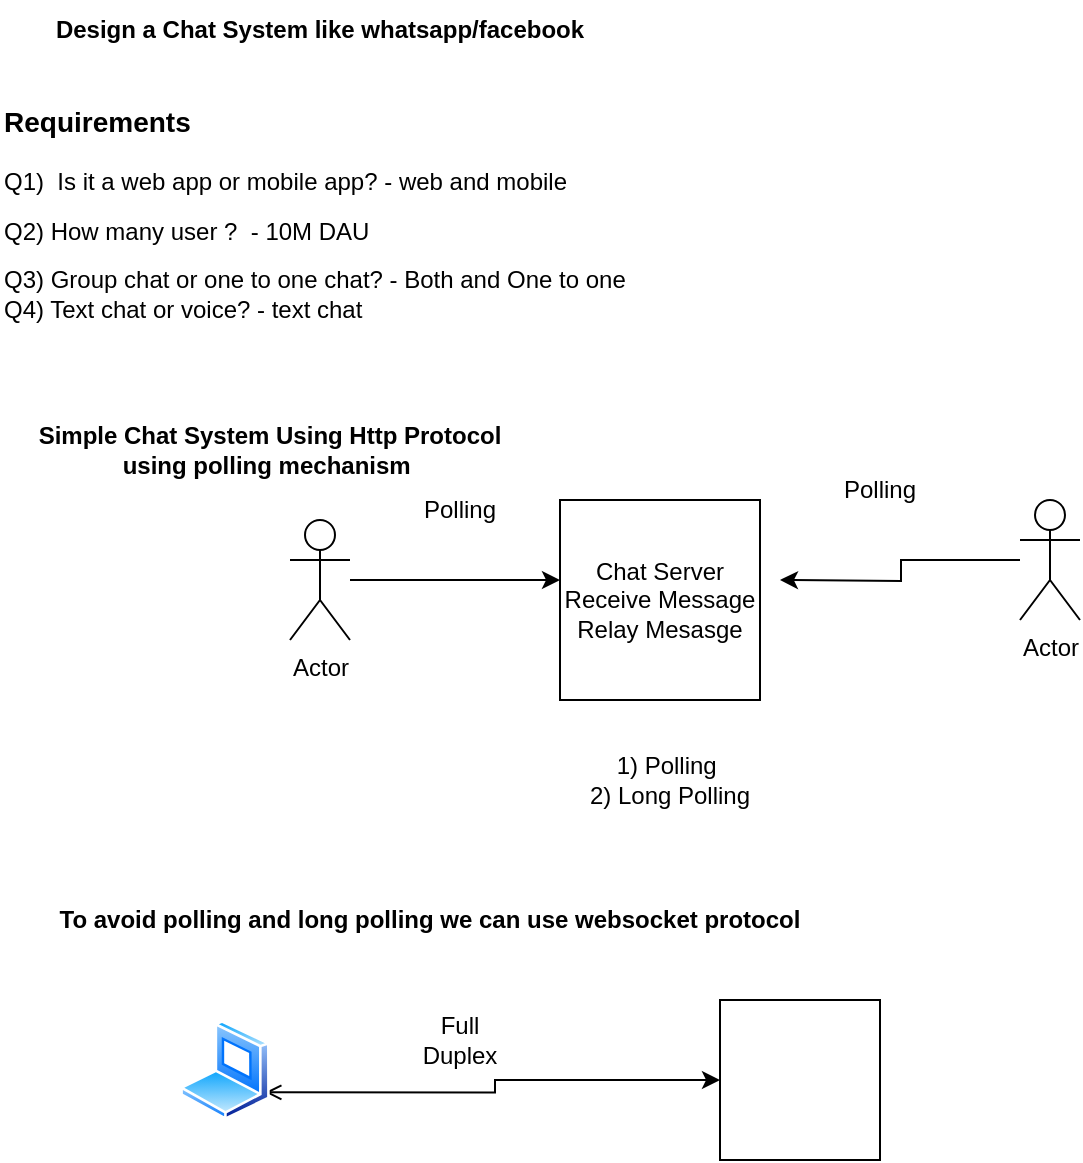
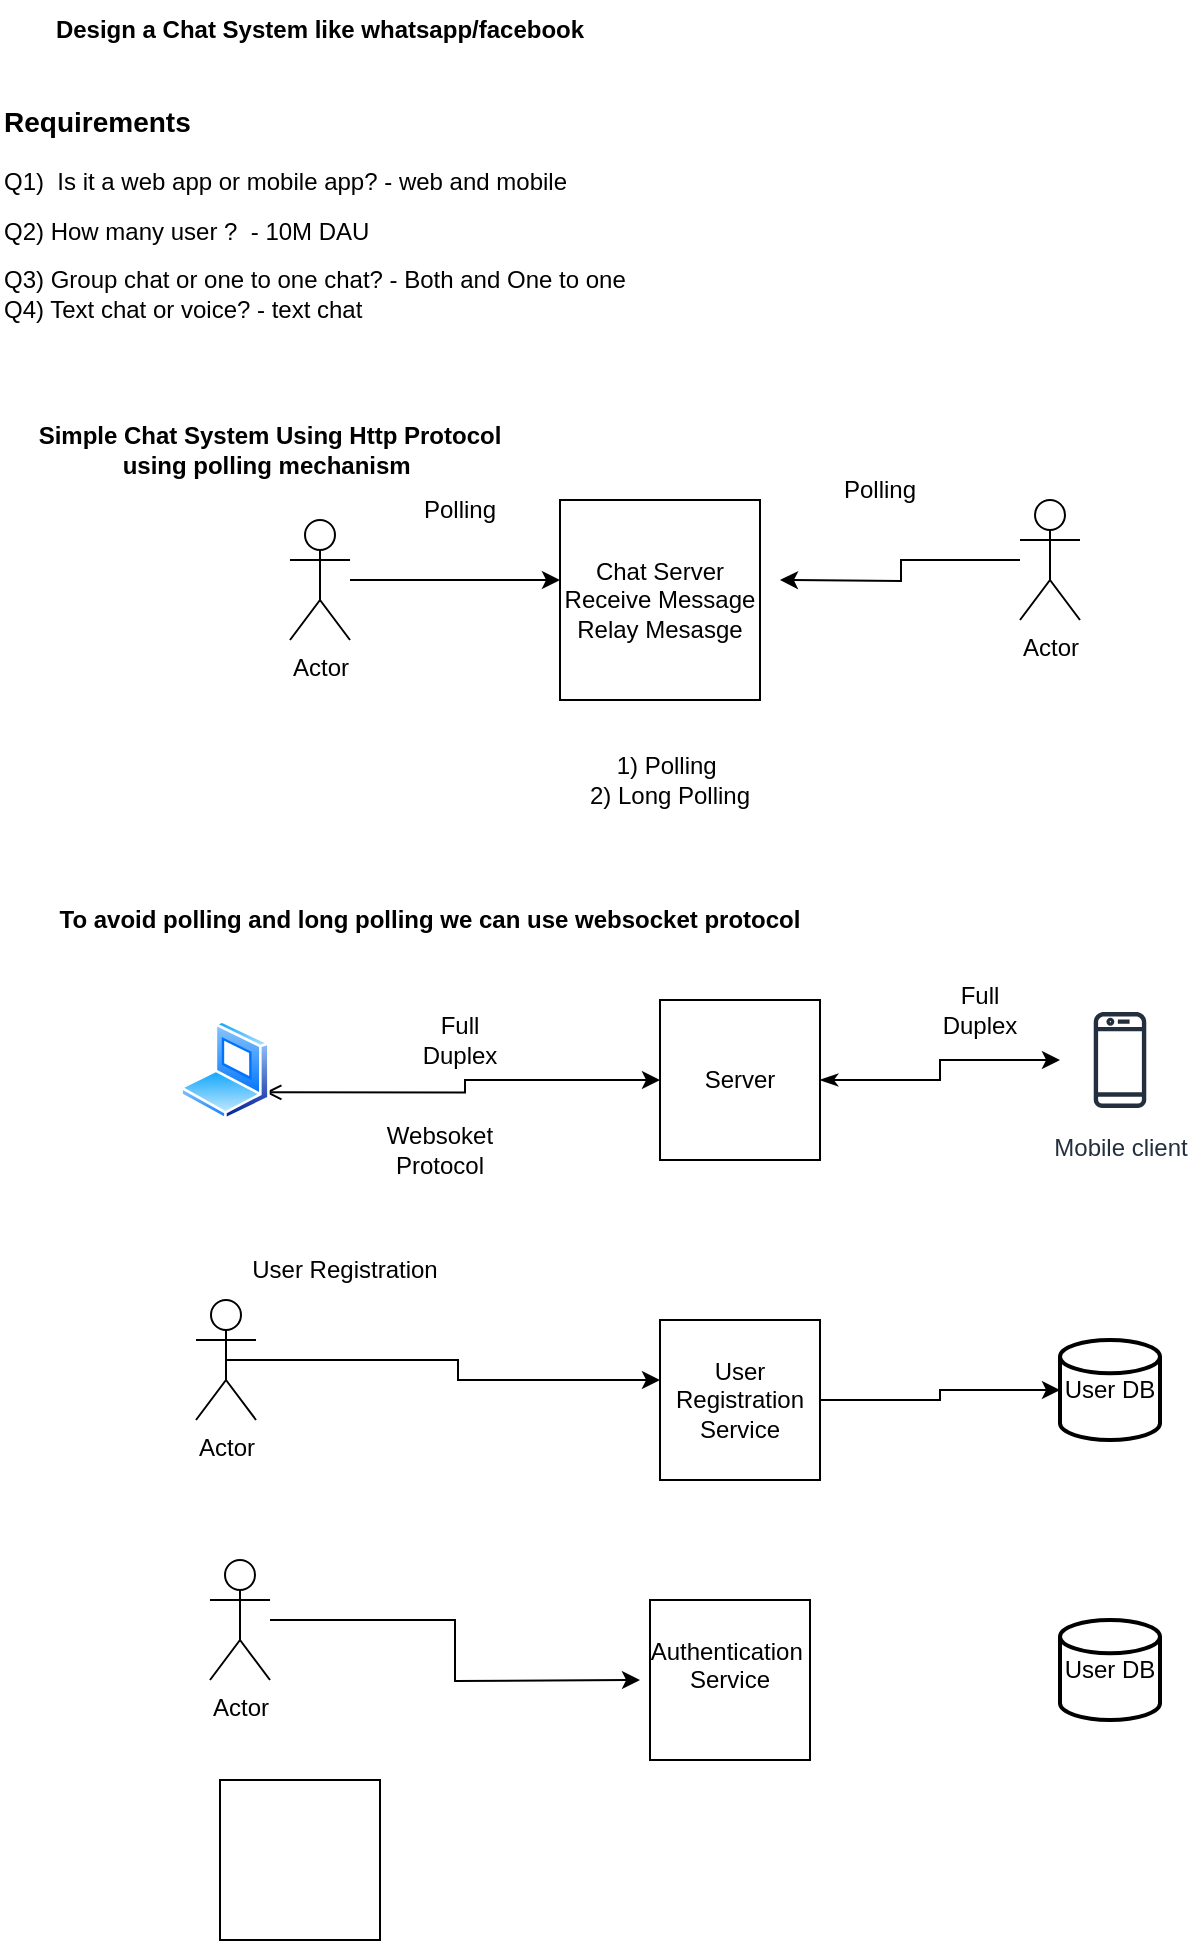
<mxfile host="app.diagrams.net">
  <diagram name="Page-1" id="3ATuJxxzuiHgp-YWyr6O">
    <mxGraphModel dx="1030" dy="569" grid="1" gridSize="10" guides="1" tooltips="1" connect="1" arrows="1" fold="1" page="1" pageScale="1" pageWidth="850" pageHeight="1100" math="0" shadow="0">
      <root>
        <mxCell id="0" />
        <mxCell id="1" parent="0" />
        <mxCell id="vDnc6QM3t7NdxVrkiEKP-1" parent="1" style="text;html=1;whiteSpace=wrap;overflow=hidden;rounded=0;fontSize=10;" value="&lt;h1 style=&quot;margin-top: 0px;&quot;&gt;&lt;font style=&quot;font-size: 14px;&quot;&gt;Requirements&lt;/font&gt;&lt;/h1&gt;&lt;p&gt;&lt;font style=&quot;font-size: 12px;&quot;&gt;Q1)&amp;nbsp; Is it a web app or mobile app?&amp;nbsp;&lt;/font&gt;&lt;span style=&quot;font-size: 12px; background-color: transparent; color: light-dark(rgb(0, 0, 0), rgb(255, 255, 255));&quot;&gt;- web and mobile&lt;/span&gt;&lt;/p&gt;&lt;p&gt;&lt;font style=&quot;font-size: 12px;&quot;&gt;Q2) How many user ?&amp;nbsp; - 10M DAU&lt;/font&gt;&lt;/p&gt;&lt;p&gt;&lt;font style=&quot;font-size: 12px;&quot;&gt;Q3) Group chat or one to one chat? - Both and One to one&lt;br&gt;Q4) Text chat or voice? - text chat&lt;/font&gt;&lt;/p&gt;" vertex="1">
          <mxGeometry height="140" width="380" x="60" y="70" as="geometry" />
        </mxCell>
        <mxCell id="vDnc6QM3t7NdxVrkiEKP-2" parent="1" style="text;html=1;whiteSpace=wrap;strokeColor=none;fillColor=none;align=center;verticalAlign=middle;rounded=0;fontStyle=1" value="Design a Chat System like whatsapp/facebook" vertex="1">
          <mxGeometry height="30" width="300" x="70" y="30" as="geometry" />
        </mxCell>
        <mxCell id="vDnc6QM3t7NdxVrkiEKP-3" parent="1" style="whiteSpace=wrap;html=1;aspect=fixed;" value="Chat Server&lt;br&gt;Receive Message&lt;br&gt;Relay Mesasge" vertex="1">
          <mxGeometry height="100" width="100" x="340" y="280" as="geometry" />
        </mxCell>
        <mxCell id="vDnc6QM3t7NdxVrkiEKP-5" edge="1" parent="1" source="vDnc6QM3t7NdxVrkiEKP-4" style="edgeStyle=orthogonalEdgeStyle;rounded=0;orthogonalLoop=1;jettySize=auto;html=1;">
          <mxGeometry relative="1" as="geometry">
            <mxPoint x="340" y="320" as="targetPoint" />
          </mxGeometry>
        </mxCell>
        <mxCell id="vDnc6QM3t7NdxVrkiEKP-4" parent="1" style="shape=umlActor;verticalLabelPosition=bottom;verticalAlign=top;html=1;outlineConnect=0;" value="Actor" vertex="1">
          <mxGeometry height="60" width="30" x="205" y="290" as="geometry" />
        </mxCell>
        <mxCell id="vDnc6QM3t7NdxVrkiEKP-7" edge="1" parent="1" source="vDnc6QM3t7NdxVrkiEKP-6" style="edgeStyle=orthogonalEdgeStyle;rounded=0;orthogonalLoop=1;jettySize=auto;html=1;">
          <mxGeometry relative="1" as="geometry">
            <mxPoint x="450" y="320" as="targetPoint" />
          </mxGeometry>
        </mxCell>
        <mxCell id="vDnc6QM3t7NdxVrkiEKP-6" parent="1" style="shape=umlActor;verticalLabelPosition=bottom;verticalAlign=top;html=1;outlineConnect=0;" value="Actor" vertex="1">
          <mxGeometry height="60" width="30" x="570" y="280" as="geometry" />
        </mxCell>
        <mxCell id="HQH3foOj0PnZHyx9Auc--1" parent="1" style="text;html=1;whiteSpace=wrap;strokeColor=none;fillColor=none;align=center;verticalAlign=middle;rounded=0;" value="Polling" vertex="1">
          <mxGeometry height="30" width="60" x="470" y="260" as="geometry" />
        </mxCell>
        <mxCell id="HQH3foOj0PnZHyx9Auc--2" parent="1" style="text;html=1;whiteSpace=wrap;strokeColor=none;fillColor=none;align=center;verticalAlign=middle;rounded=0;" value="Polling" vertex="1">
          <mxGeometry height="30" width="60" x="260" y="270" as="geometry" />
        </mxCell>
        <mxCell id="HQH3foOj0PnZHyx9Auc--3" parent="1" style="text;html=1;whiteSpace=wrap;strokeColor=none;fillColor=none;align=center;verticalAlign=middle;rounded=0;" value="1) Polling&amp;nbsp;&lt;br&gt;2) Long Polling" vertex="1">
          <mxGeometry height="40" width="110" x="340" y="400" as="geometry" />
        </mxCell>
        <mxCell id="HQH3foOj0PnZHyx9Auc--4" parent="1" style="text;html=1;whiteSpace=wrap;strokeColor=none;fillColor=none;align=center;verticalAlign=middle;rounded=0;fontStyle=1" value="Simple Chat System Using Http Protocol using polling mechanism&amp;nbsp;" vertex="1">
          <mxGeometry height="30" width="250" x="70" y="240" as="geometry" />
        </mxCell>
        <mxCell id="HQH3foOj0PnZHyx9Auc--5" parent="1" style="text;html=1;whiteSpace=wrap;strokeColor=none;fillColor=none;align=center;verticalAlign=middle;rounded=0;fontStyle=1" value="To avoid polling and long polling we can use websocket protocol" vertex="1">
          <mxGeometry height="20" width="390" x="80" y="480" as="geometry" />
        </mxCell>
        <mxCell id="HQH3foOj0PnZHyx9Auc--8" edge="1" parent="1" source="HQH3foOj0PnZHyx9Auc--6" style="edgeStyle=orthogonalEdgeStyle;rounded=0;orthogonalLoop=1;jettySize=auto;html=1;exitX=1;exitY=0.75;exitDx=0;exitDy=0;startArrow=open;startFill=0;" target="HQH3foOj0PnZHyx9Auc--7">
          <mxGeometry relative="1" as="geometry" />
        </mxCell>
        <mxCell id="HQH3foOj0PnZHyx9Auc--6" parent="1" style="image;aspect=fixed;perimeter=ellipsePerimeter;html=1;align=center;shadow=0;dashed=0;spacingTop=3;image=img/lib/active_directory/laptop_client.svg;" value="" vertex="1">
          <mxGeometry height="50" width="45" x="150" y="540" as="geometry" />
        </mxCell>
-         <mxCell id="HQH3foOj0PnZHyx9Auc--7" parent="1" style="whiteSpace=wrap;html=1;aspect=fixed;" value="" vertex="1">
-           <mxGeometry height="80" width="80" x="420" y="530" as="geometry" />
+         <mxCell id="HQH3foOj0PnZHyx9Auc--11" edge="1" parent="1" source="HQH3foOj0PnZHyx9Auc--7" style="edgeStyle=orthogonalEdgeStyle;rounded=0;orthogonalLoop=1;jettySize=auto;html=1;startArrow=classicThin;startFill=1;" target="HQH3foOj0PnZHyx9Auc--10">
+           <mxGeometry relative="1" as="geometry" />
+         </mxCell>
+         <mxCell id="HQH3foOj0PnZHyx9Auc--7" parent="1" style="whiteSpace=wrap;html=1;aspect=fixed;" value="Server" vertex="1">
+           <mxGeometry height="80" width="80" x="390" y="530" as="geometry" />
        </mxCell>
        <mxCell id="HQH3foOj0PnZHyx9Auc--9" parent="1" style="text;html=1;whiteSpace=wrap;strokeColor=none;fillColor=none;align=center;verticalAlign=middle;rounded=0;" value="Full Duplex" vertex="1">
          <mxGeometry height="30" width="60" x="260" y="535" as="geometry" />
+         </mxCell>
+         <mxCell id="HQH3foOj0PnZHyx9Auc--10" parent="1" style="sketch=0;outlineConnect=0;fontColor=#232F3E;gradientColor=none;strokeColor=#232F3E;fillColor=#ffffff;dashed=0;verticalLabelPosition=bottom;verticalAlign=top;align=center;html=1;fontSize=12;fontStyle=0;aspect=fixed;shape=mxgraph.aws4.resourceIcon;resIcon=mxgraph.aws4.mobile_client;" value="Mobile client" vertex="1">
+           <mxGeometry height="60" width="60" x="590" y="530" as="geometry" />
+         </mxCell>
+         <mxCell id="HQH3foOj0PnZHyx9Auc--12" parent="1" style="text;html=1;whiteSpace=wrap;strokeColor=none;fillColor=none;align=center;verticalAlign=middle;rounded=0;" value="Full Duplex" vertex="1">
+           <mxGeometry height="30" width="60" x="520" y="520" as="geometry" />
+         </mxCell>
+         <mxCell id="HQH3foOj0PnZHyx9Auc--13" parent="1" style="text;html=1;whiteSpace=wrap;strokeColor=none;fillColor=none;align=center;verticalAlign=middle;rounded=0;" value="Websoket Protocol" vertex="1">
+           <mxGeometry height="30" width="60" x="250" y="590" as="geometry" />
+         </mxCell>
+         <mxCell id="HQH3foOj0PnZHyx9Auc--14" parent="1" style="shape=umlActor;verticalLabelPosition=bottom;verticalAlign=top;html=1;outlineConnect=0;" value="Actor" vertex="1">
+           <mxGeometry height="60" width="30" x="158" y="680" as="geometry" />
+         </mxCell>
+         <mxCell id="HQH3foOj0PnZHyx9Auc--19" edge="1" parent="1" source="HQH3foOj0PnZHyx9Auc--15" style="edgeStyle=orthogonalEdgeStyle;rounded=0;orthogonalLoop=1;jettySize=auto;html=1;exitX=1;exitY=0.5;exitDx=0;exitDy=0;" target="HQH3foOj0PnZHyx9Auc--16">
+           <mxGeometry relative="1" as="geometry" />
+         </mxCell>
+         <mxCell id="HQH3foOj0PnZHyx9Auc--15" parent="1" style="whiteSpace=wrap;html=1;aspect=fixed;" value="User Registration&lt;br&gt;Service" vertex="1">
+           <mxGeometry height="80" width="80" x="390" y="690" as="geometry" />
+         </mxCell>
+         <mxCell id="HQH3foOj0PnZHyx9Auc--16" parent="1" style="strokeWidth=2;html=1;shape=mxgraph.flowchart.database;whiteSpace=wrap;" value="User DB" vertex="1">
+           <mxGeometry height="50" width="50" x="590" y="700" as="geometry" />
+         </mxCell>
+         <mxCell id="HQH3foOj0PnZHyx9Auc--18" edge="1" parent="1" source="HQH3foOj0PnZHyx9Auc--14" style="edgeStyle=orthogonalEdgeStyle;rounded=0;orthogonalLoop=1;jettySize=auto;html=1;exitX=0.5;exitY=0.5;exitDx=0;exitDy=0;exitPerimeter=0;entryX=0;entryY=0.375;entryDx=0;entryDy=0;entryPerimeter=0;" target="HQH3foOj0PnZHyx9Auc--15">
+           <mxGeometry relative="1" as="geometry" />
+         </mxCell>
+         <mxCell id="HQH3foOj0PnZHyx9Auc--20" parent="1" style="text;html=1;whiteSpace=wrap;strokeColor=none;fillColor=none;align=center;verticalAlign=middle;rounded=0;" value="User Registration" vertex="1">
+           <mxGeometry height="30" width="135" x="165" y="650" as="geometry" />
+         </mxCell>
+         <mxCell id="HQH3foOj0PnZHyx9Auc--25" edge="1" parent="1" source="HQH3foOj0PnZHyx9Auc--21" style="edgeStyle=orthogonalEdgeStyle;rounded=0;orthogonalLoop=1;jettySize=auto;html=1;">
+           <mxGeometry relative="1" as="geometry">
+             <mxPoint x="380" y="870" as="targetPoint" />
+           </mxGeometry>
+         </mxCell>
+         <mxCell id="HQH3foOj0PnZHyx9Auc--21" parent="1" style="shape=umlActor;verticalLabelPosition=bottom;verticalAlign=top;html=1;outlineConnect=0;" value="Actor" vertex="1">
+           <mxGeometry height="60" width="30" x="165" y="810" as="geometry" />
+         </mxCell>
+         <mxCell id="HQH3foOj0PnZHyx9Auc--22" parent="1" style="whiteSpace=wrap;html=1;aspect=fixed;" value="Authentication&amp;nbsp;&lt;br&gt;Service&lt;div&gt;&lt;br&gt;&lt;/div&gt;" vertex="1">
+           <mxGeometry height="80" width="80" x="385" y="830" as="geometry" />
+         </mxCell>
+         <mxCell id="HQH3foOj0PnZHyx9Auc--23" parent="1" style="strokeWidth=2;html=1;shape=mxgraph.flowchart.database;whiteSpace=wrap;" value="User DB" vertex="1">
+           <mxGeometry height="50" width="50" x="590" y="840" as="geometry" />
+         </mxCell>
+         <mxCell id="HQH3foOj0PnZHyx9Auc--26" parent="1" style="whiteSpace=wrap;html=1;aspect=fixed;" value="" vertex="1">
+           <mxGeometry height="80" width="80" x="170" y="920" as="geometry" />
        </mxCell>
      </root>
    </mxGraphModel>
  </diagram>
</mxfile>
